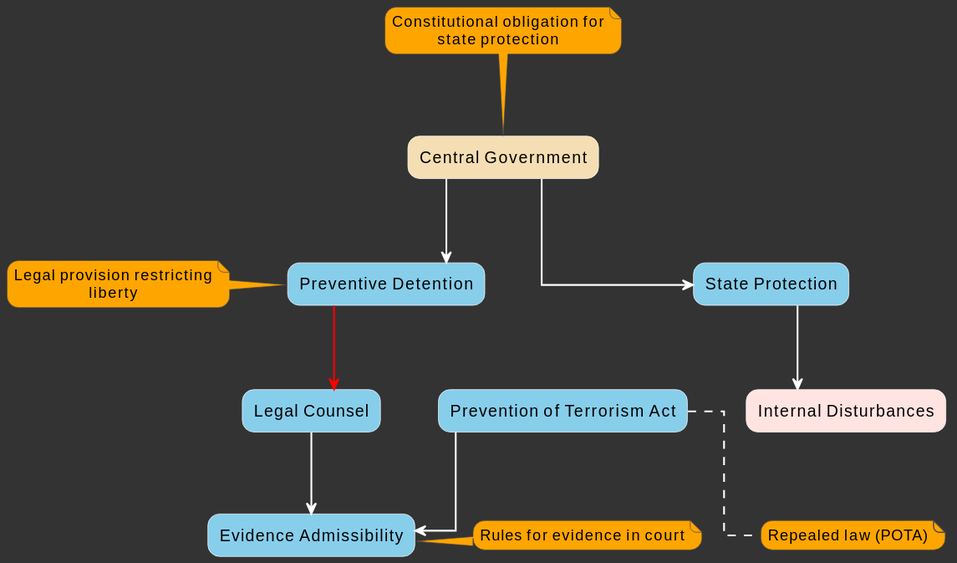
Above: tele_2.svg in bolibazaar/upsc_sol_assets (PlantUML), before the change.
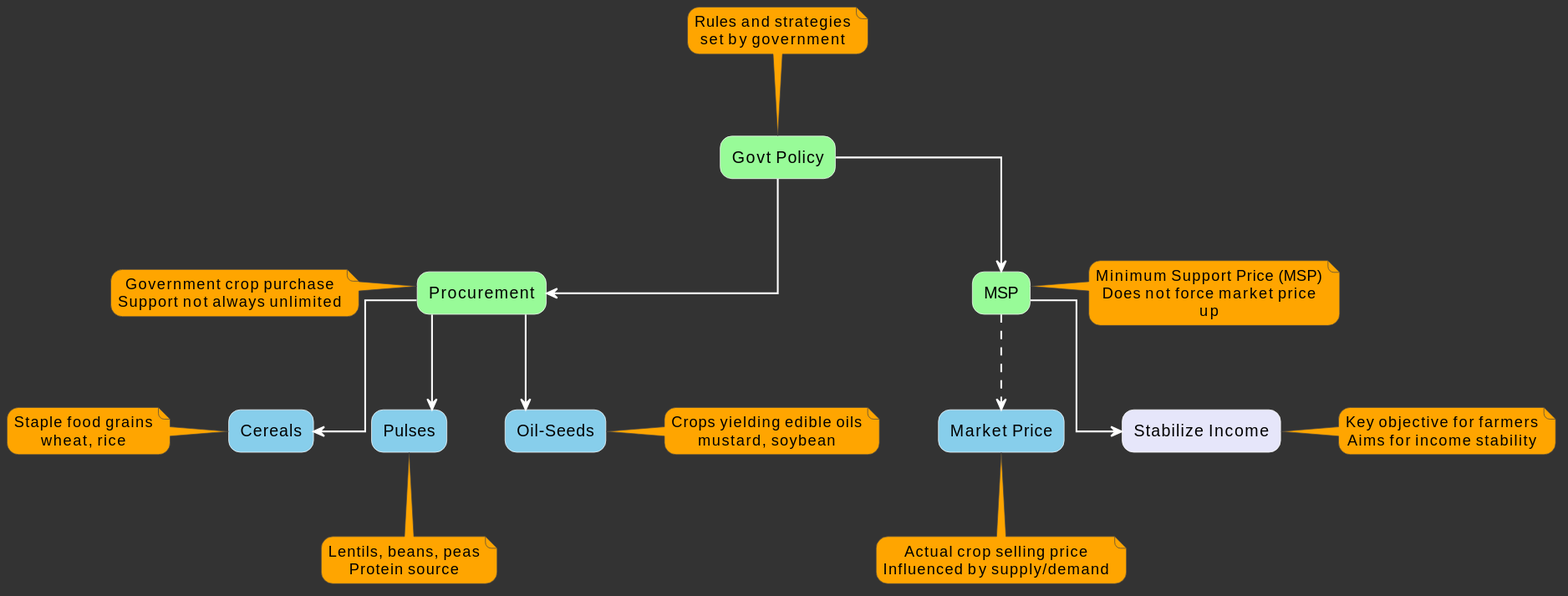
The same diagram one commit later.

Change to the diagram source:
```diff
@@ -20,36 +20,63 @@
 skinparam rectangleFontColor black
 skinparam rectangleBorderColor white
 
-rectangle "Central Government" #F5DEB3
+rectangle "Govt Policy" #98FB98
+rectangle "MSP" #98FB98
+rectangle "Procurement" #98FB98
 
-rectangle "State Protection" #87CEEB
-rectangle "Preventive Detention" #87CEEB
-rectangle "Legal Counsel" #87CEEB
-rectangle "Evidence Admissibility" #87CEEB
-rectangle "Prevention of Terrorism Act" #87CEEB
+rectangle "Market Price" #87CEEB
 
-rectangle "Internal Disturbances" #FFE4E1
+rectangle "Cereals" #87CEEB
+rectangle "Pulses" #87CEEB
+rectangle "Oil-Seeds" #87CEEB
 
-"Central Government" --> "State Protection"
-"State Protection" --> "Internal Disturbances"
-"Central Government" --> "Preventive Detention"
-"Preventive Detention" -[#red]-> "Legal Counsel"
-"Legal Counsel" --> "Evidence Admissibility"
-"Prevention of Terrorism Act" --> "Evidence Admissibility"
+rectangle "Stabilize Income" #E6E6FA
 
-note top of "Central Government"
-  Constitutional obligation for state protection
+"Govt Policy" --> "MSP"
+"Govt Policy" --> "Procurement"
+"MSP" ..> "Market Price"
+"MSP" --> "Stabilize Income"
+"Procurement" --> "Cereals"
+"Procurement" --> "Pulses"
+"Procurement" --> "Oil-Seeds"
+
+note top of "Govt Policy"
+  Rules and strategies
+  set by government
 end note
 
-note left of "Preventive Detention"
-  Legal provision restricting liberty
+note right of "MSP"
+  Minimum Support Price (MSP)
+  Does not force market price up
 end note
 
-note right of "Evidence Admissibility"
-  Rules for evidence in court
+note left of "Procurement"
+  Government crop purchase
+  Support not always unlimited
 end note
 
-note bottom of "Prevention of Terrorism Act"
-  Repealed law (POTA)
+note bottom of "Market Price"
+  Actual crop selling price
+  Influenced by supply/demand
+end note
+
+note right of "Stabilize Income"
+  Key objective for farmers
+  Aims for income stability
+end note
+
+note left of "Cereals"
+  Staple food grains
+  wheat, rice
+end note
+
+note bottom of "Pulses"
+  Lentils, beans, peas
+  Protein source
+end note
+
+note right of "Oil-Seeds"
+  Crops yielding edible oils
+  mustard, soybean
 end note
 @enduml
```
